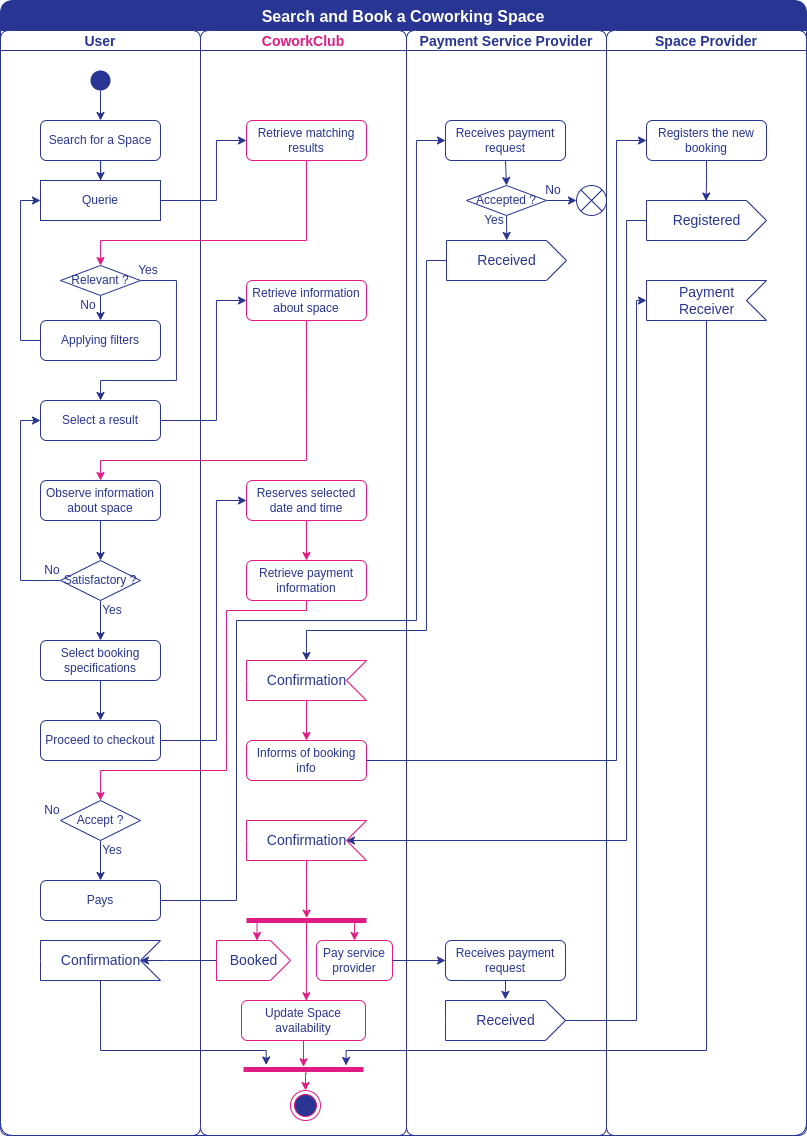
The draw.io diagram documentation/elaboration/activity-diagram-booking.png in DavidAraujo98/CoworkClub, before a commit. Source tidied: cells renumbered, new cells last; positions are measured from the earlier drawing's top-left corner, leaving out a move shared by most shapes.
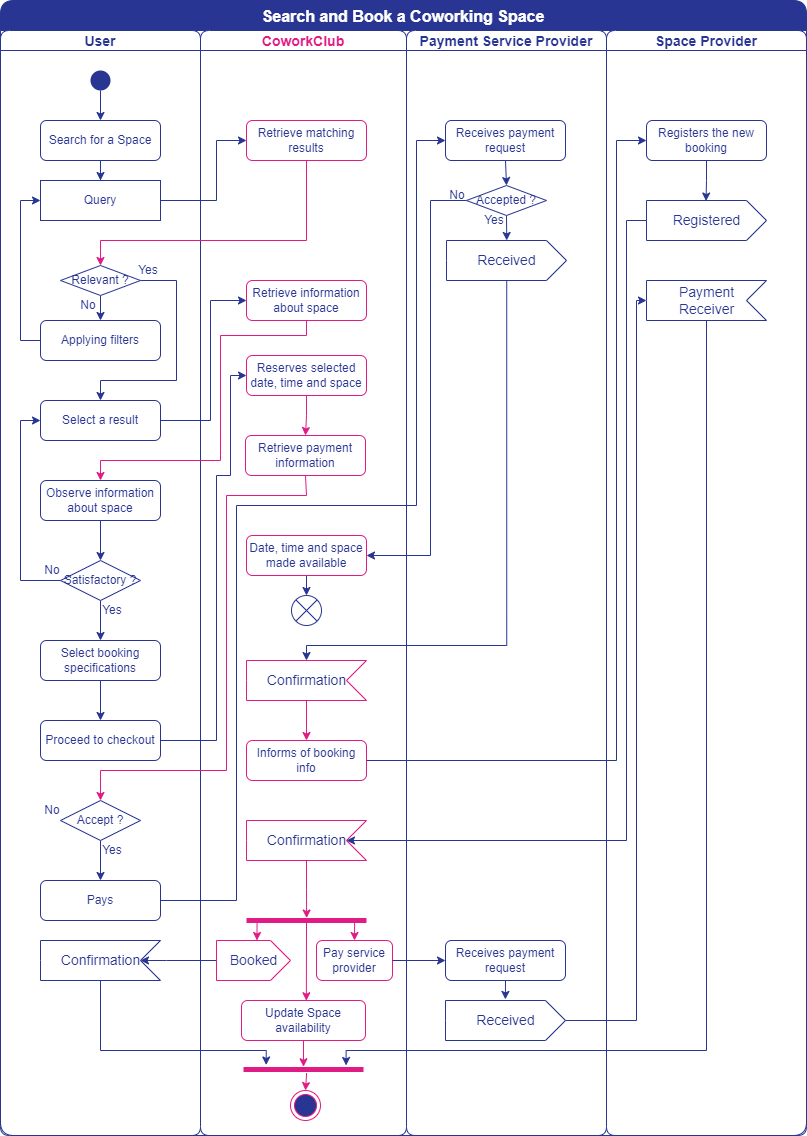
Above is the later version.

Diff of the diagram source:
```diff
@@ -20,7 +20,7 @@
     <mxCell id="7" value="Search for a Space" style="rounded=1;whiteSpace=wrap;html=1;strokeColor=#283592;fontColor=#283592;" parent="3" vertex="1">
       <mxGeometry x="40" y="90" width="120" height="40" as="geometry" />
     </mxCell>
-    <mxCell id="8" value="Querie" style="rounded=0;whiteSpace=wrap;html=1;fontColor=#283592;strokeColor=#283592;" parent="3" vertex="1">
+    <mxCell id="8" value="Query" style="rounded=0;whiteSpace=wrap;html=1;fontColor=#283592;strokeColor=#283592;" parent="3" vertex="1">
       <mxGeometry x="40" y="150" width="120" height="40" as="geometry" />
     </mxCell>
     <mxCell id="9" style="edgeStyle=orthogonalEdgeStyle;rounded=0;jettySize=auto;html=1;exitX=0.5;exitY=1;exitDx=0;exitDy=0;entryX=0.5;entryY=0;entryDx=0;entryDy=0;fontColor=#283592;strokeColor=#283592;" parent="3" edge="1" source="11" target="13">
@@ -113,11 +113,11 @@
     <mxCell id="36" style="edgeStyle=orthogonalEdgeStyle;rounded=0;jettySize=auto;html=1;exitX=0.5;exitY=1;exitDx=0;exitDy=0;entryX=0.5;entryY=0;entryDx=0;entryDy=0;fontColor=#283592;strokeColor=#E01B84;" parent="33" edge="1" source="37" target="38">
       <mxGeometry relative="1" as="geometry" />
     </mxCell>
-    <mxCell id="37" value="Reserves selected date and time" style="rounded=1;whiteSpace=wrap;html=1;strokeColor=#E01B84;fontColor=#283592;" parent="33" vertex="1">
-      <mxGeometry x="46" y="450" width="120" height="40" as="geometry" />
+    <mxCell id="37" value="Reserves selected date, time and space" style="rounded=1;whiteSpace=wrap;html=1;strokeColor=#E01B84;fontColor=#283592;" parent="33" vertex="1">
+      <mxGeometry x="46" y="325" width="120" height="40" as="geometry" />
     </mxCell>
     <mxCell id="38" value="Retrieve payment information" style="rounded=1;whiteSpace=wrap;html=1;strokeColor=#E01B84;fontColor=#283592;" parent="33" vertex="1">
-      <mxGeometry x="46" y="530" width="120" height="40" as="geometry" />
+      <mxGeometry x="45" y="405" width="120" height="40" as="geometry" />
     </mxCell>
     <mxCell id="39" style="edgeStyle=orthogonalEdgeStyle;rounded=0;jettySize=auto;html=1;exitX=0;exitY=0;exitDx=60;exitDy=40;exitPerimeter=0;entryX=0.5;entryY=0;entryDx=0;entryDy=0;fontSize=14;fontColor=#283592;strokeColor=#E01B84;" parent="33" edge="1" source="40" target="41">
       <mxGeometry relative="1" as="geometry" />
@@ -167,6 +167,15 @@
     <mxCell id="54" style="edgeStyle=orthogonalEdgeStyle;rounded=0;jettySize=auto;html=1;exitX=1.213;exitY=0.474;exitDx=0;exitDy=0;entryX=0.5;entryY=0;entryDx=0;entryDy=0;fontSize=14;fontColor=#E01B84;strokeColor=#E01B84;exitPerimeter=0;" parent="33" edge="1" source="53" target="52">
       <mxGeometry relative="1" as="geometry" />
     </mxCell>
+    <mxCell id="88" style="edgeStyle=orthogonalEdgeStyle;rounded=0;jettySize=auto;html=1;exitX=0.5;exitY=1;exitDx=0;exitDy=0;entryX=0.5;entryY=0;entryDx=0;entryDy=0;strokeColor=#283592;" parent="33" edge="1" source="89" target="63">
+      <mxGeometry relative="1" as="geometry" />
+    </mxCell>
+    <mxCell id="89" value="Date, time and space made available" style="rounded=1;whiteSpace=wrap;html=1;strokeColor=#E01B84;fontColor=#283592;" parent="33" vertex="1">
+      <mxGeometry x="46" y="505" width="120" height="40" as="geometry" />
+    </mxCell>
+    <mxCell id="63" style="shape=sumEllipse;perimeter=ellipsePerimeter;whiteSpace=wrap;html=1;backgroundOutline=1;fontSize=14;fontColor=#E01B84;strokeColor=#283592;fillColor=#FFFFFF;" parent="33" vertex="1">
+      <mxGeometry x="91" y="565" width="30" height="30" as="geometry" />
+    </mxCell>
     <mxCell id="55" value="Payment Service Provider" style="swimlane;startSize=20;rounded=1;fontColor=#283592;strokeColor=#283592;fontSize=14;" parent="2" vertex="1">
       <mxGeometry x="406" y="30" width="200" height="1105" as="geometry" />
     </mxCell>
@@ -182,20 +191,14 @@
     <mxCell id="59" style="edgeStyle=orthogonalEdgeStyle;rounded=0;jettySize=auto;html=1;exitX=0.5;exitY=1;exitDx=0;exitDy=0;entryX=0.502;entryY=-0.001;entryDx=0;entryDy=0;entryPerimeter=0;fontSize=14;fontColor=#283592;strokeColor=#283592;" parent="55" edge="1" source="61" target="58">
       <mxGeometry relative="1" as="geometry" />
     </mxCell>
-    <mxCell id="60" style="edgeStyle=orthogonalEdgeStyle;rounded=0;jettySize=auto;html=1;exitX=1;exitY=0.5;exitDx=0;exitDy=0;entryX=0;entryY=0.5;entryDx=0;entryDy=0;fontSize=14;fontColor=#E01B84;strokeColor=#283592;" parent="55" edge="1" source="61" target="63">
-      <mxGeometry relative="1" as="geometry" />
-    </mxCell>
     <mxCell id="61" value="Accepted ?" style="rhombus;whiteSpace=wrap;html=1;fontColor=#283592;strokeColor=#283592;" parent="55" vertex="1">
       <mxGeometry x="60" y="155" width="80" height="30" as="geometry" />
     </mxCell>
     <mxCell id="62" value="Yes" style="text;html=1;strokeColor=none;fillColor=none;align=center;verticalAlign=middle;whiteSpace=wrap;rounded=0;fontColor=#283592;" parent="55" vertex="1">
       <mxGeometry x="76" y="180" width="24" height="20" as="geometry" />
     </mxCell>
-    <mxCell id="63" style="shape=sumEllipse;perimeter=ellipsePerimeter;whiteSpace=wrap;html=1;backgroundOutline=1;fontSize=14;fontColor=#E01B84;strokeColor=#283592;fillColor=#FFFFFF;" parent="55" vertex="1">
-      <mxGeometry x="170" y="155" width="30" height="30" as="geometry" />
-    </mxCell>
     <mxCell id="64" value="No" style="text;html=1;strokeColor=none;fillColor=none;align=center;verticalAlign=middle;whiteSpace=wrap;rounded=0;fontColor=#283592;" parent="55" vertex="1">
-      <mxGeometry x="135" y="150" width="24" height="20" as="geometry" />
+      <mxGeometry x="39" y="155" width="24" height="20" as="geometry" />
     </mxCell>
     <mxCell id="65" style="edgeStyle=orthogonalEdgeStyle;rounded=0;jettySize=auto;html=1;exitX=0.5;exitY=1;exitDx=0;exitDy=0;entryX=0.499;entryY=-0.027;entryDx=0;entryDy=0;entryPerimeter=0;fontSize=14;fontColor=#E01B84;strokeColor=#283592;" parent="55" edge="1" source="66" target="67">
       <mxGeometry relative="1" as="geometry" />
@@ -240,15 +243,17 @@
     <mxCell id="75" style="edgeStyle=orthogonalEdgeStyle;rounded=0;jettySize=auto;html=1;exitX=1;exitY=0.5;exitDx=0;exitDy=0;entryX=0;entryY=0.5;entryDx=0;entryDy=0;fontColor=#283592;strokeColor=#283592;" parent="2" edge="1" source="14" target="35">
       <mxGeometry relative="1" as="geometry">
         <Array as="points">
-          <mxPoint x="216" y="420" />
-          <mxPoint x="216" y="300" />
+          <mxPoint x="210" y="420" />
+          <mxPoint x="210" y="300" />
         </Array>
       </mxGeometry>
     </mxCell>
     <mxCell id="76" style="edgeStyle=orthogonalEdgeStyle;rounded=0;jettySize=auto;html=1;exitX=0.5;exitY=1;exitDx=0;exitDy=0;entryX=0.5;entryY=0;entryDx=0;entryDy=0;fontColor=#283592;strokeColor=#E01B84;" parent="2" edge="1" source="35" target="16">
       <mxGeometry relative="1" as="geometry">
         <Array as="points">
-          <mxPoint x="306" y="460" />
+          <mxPoint x="306" y="335" />
+          <mxPoint x="220" y="335" />
+          <mxPoint x="220" y="460" />
           <mxPoint x="100" y="460" />
         </Array>
       </mxGeometry>
@@ -257,15 +262,17 @@
       <mxGeometry relative="1" as="geometry">
         <Array as="points">
           <mxPoint x="216" y="740" />
-          <mxPoint x="216" y="500" />
+          <mxPoint x="216" y="475" />
+          <mxPoint x="230" y="475" />
+          <mxPoint x="230" y="375" />
         </Array>
       </mxGeometry>
     </mxCell>
     <mxCell id="78" style="edgeStyle=orthogonalEdgeStyle;rounded=0;jettySize=auto;html=1;exitX=0.5;exitY=1;exitDx=0;exitDy=0;entryX=0.5;entryY=0;entryDx=0;entryDy=0;fontColor=#283592;strokeColor=#E01B84;" parent="2" edge="1" source="38" target="28">
       <mxGeometry relative="1" as="geometry">
         <Array as="points">
-          <mxPoint x="306" y="610" />
-          <mxPoint x="226" y="610" />
+          <mxPoint x="306" y="495" />
+          <mxPoint x="226" y="495" />
           <mxPoint x="226" y="770" />
           <mxPoint x="100" y="770" />
         </Array>
@@ -275,18 +282,17 @@
       <mxGeometry relative="1" as="geometry">
         <Array as="points">
           <mxPoint x="236" y="900" />
-          <mxPoint x="236" y="620" />
-          <mxPoint x="416" y="620" />
+          <mxPoint x="236" y="505" />
+          <mxPoint x="416" y="505" />
           <mxPoint x="416" y="140" />
         </Array>
       </mxGeometry>
     </mxCell>
-    <mxCell id="80" style="edgeStyle=orthogonalEdgeStyle;rounded=0;jettySize=auto;html=1;exitX=0;exitY=0;exitDx=0;exitDy=20;exitPerimeter=0;entryX=0;entryY=0;entryDx=60;entryDy=0;entryPerimeter=0;fontSize=14;fontColor=#283592;strokeColor=#283592;" parent="2" edge="1" source="58" target="40">
+    <mxCell id="80" style="edgeStyle=orthogonalEdgeStyle;rounded=0;jettySize=auto;html=1;exitX=0.502;exitY=0.993;exitDx=0;exitDy=0;exitPerimeter=0;entryX=0;entryY=0;entryDx=60;entryDy=0;entryPerimeter=0;fontSize=14;fontColor=#283592;strokeColor=#283592;" parent="2" edge="1" source="58" target="40">
       <mxGeometry relative="1" as="geometry">
         <Array as="points">
-          <mxPoint x="426" y="260" />
-          <mxPoint x="426" y="630" />
-          <mxPoint x="306" y="630" />
+          <mxPoint x="506" y="645" />
+          <mxPoint x="306" y="645" />
         </Array>
       </mxGeometry>
     </mxCell>
@@ -342,5 +348,13 @@
         </Array>
       </mxGeometry>
     </mxCell>
+    <mxCell id="60" style="edgeStyle=orthogonalEdgeStyle;rounded=0;jettySize=auto;html=1;exitX=0;exitY=0.5;exitDx=0;exitDy=0;entryX=1;entryY=0.5;entryDx=0;entryDy=0;fontSize=14;fontColor=#E01B84;strokeColor=#283592;" parent="2" edge="1" source="61" target="89">
+      <mxGeometry relative="1" as="geometry">
+        <Array as="points">
+          <mxPoint x="430" y="200" />
+          <mxPoint x="430" y="555" />
+        </Array>
+      </mxGeometry>
+    </mxCell>
   </root>
 </mxGraphModel>
```
